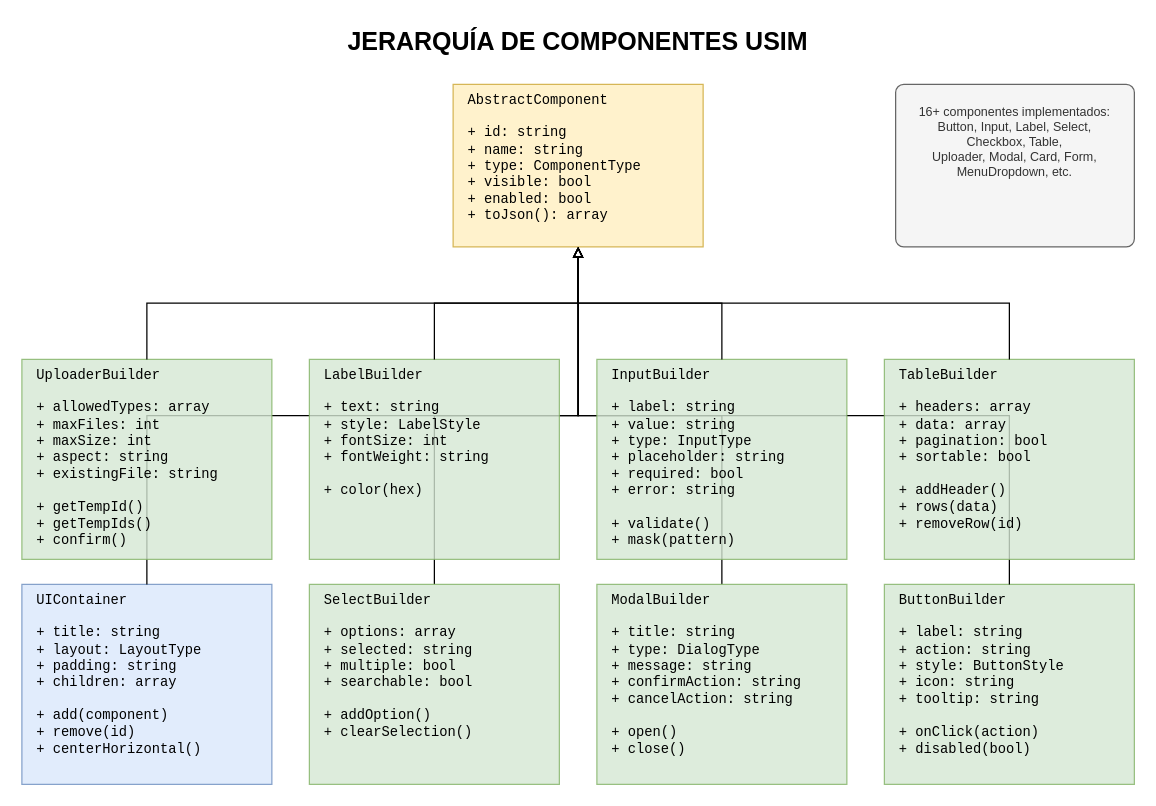
The draw.io diagram page "3. Clases de Componentes" (3 of 4) of docs/framework/USIM_DIAGRAMS.drawio in idei/usim-framework, before the edit. Source tidied: cells renumbered, new cells numbered last; positions are measured from the earlier drawing's top-left corner, leaving out a move shared by most shapes. Both pictures are drawn from the tidied source at 125%, with x=0, y=0 at pixel (21, 21).
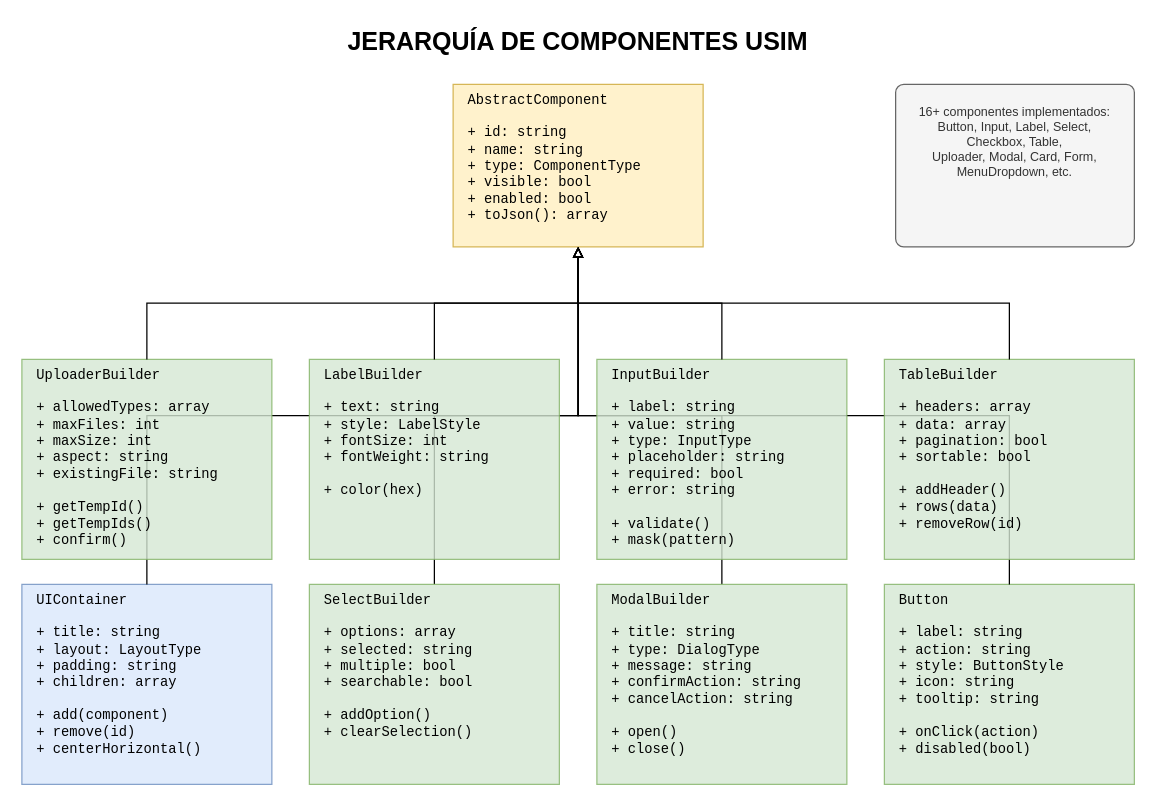
Above is the later version.

The edit, as a diff of the source:
```diff
@@
-    <mxCell id="8" value="ButtonBuilder&#10;&#10;+ label: string&#10;+ action: string&#10;+ style: ButtonStyle&#10;+ icon: string&#10;+ tooltip: string&#10;&#10;+ onClick(action)&#10;+ disabled(bool)" style="rounded=0;whiteSpace=wrap;html=1;fillColor=#d5e8d4;strokeColor=#82b366;align=left;verticalAlign=top;spacingLeft=10;fontFamily=Courier New;fontSize=11;opacity=80;" parent="1" vertex="1">
+    <mxCell id="8" value="Button&#10;&#10;+ label: string&#10;+ action: string&#10;+ style: ButtonStyle&#10;+ icon: string&#10;+ tooltip: string&#10;&#10;+ onClick(action)&#10;+ disabled(bool)" style="rounded=0;whiteSpace=wrap;html=1;fillColor=#d5e8d4;strokeColor=#82b366;align=left;verticalAlign=top;spacingLeft=10;fontFamily=Courier New;fontSize=11;opacity=80;" parent="1" vertex="1">
       <mxGeometry x="690" y="450" width="200" height="160" as="geometry" />
     </mxCell>
```
